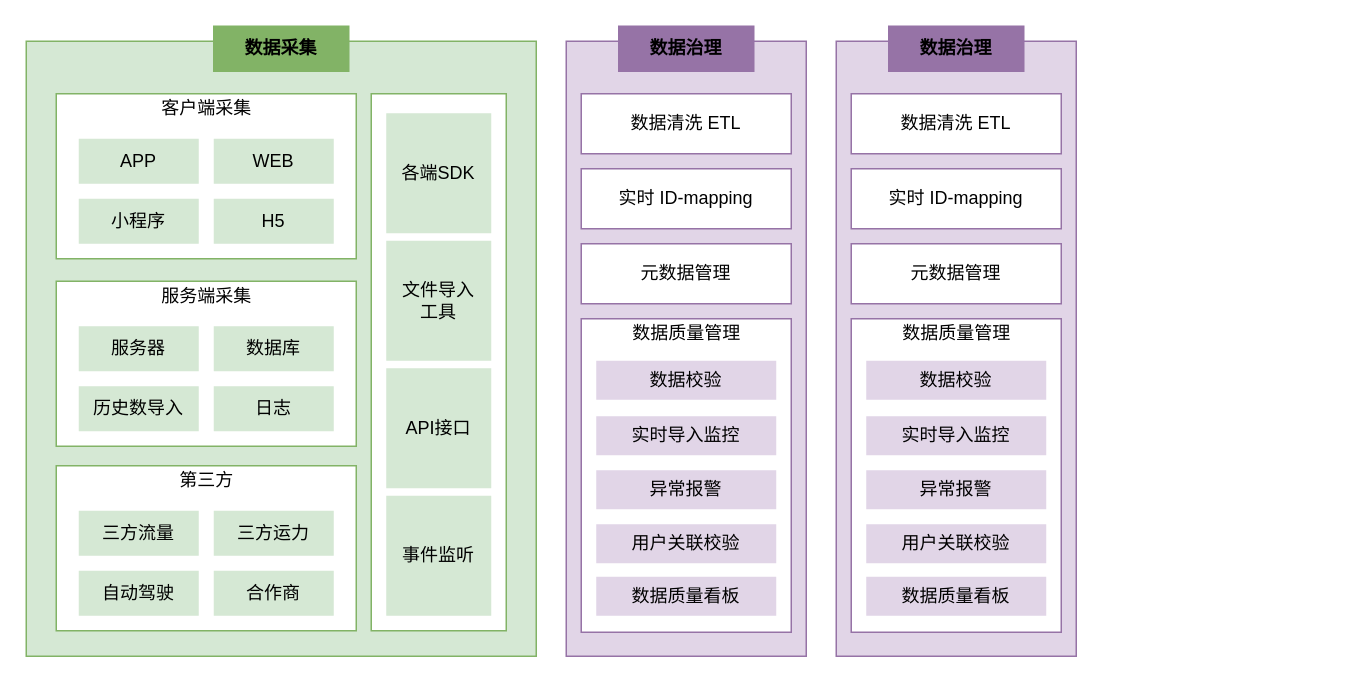
Before: 数仓整个规划设计.drawio in chenjinying1988/diagrams, a draw.io diagram. Source tidied: cells renumbered, new cells numbered last; positions are measured from the earlier drawing's top-left corner, leaving out a move shared by most shapes. Both pictures are drawn from the tidied source at 150%, with x=0, y=0 at pixel (26, 26).
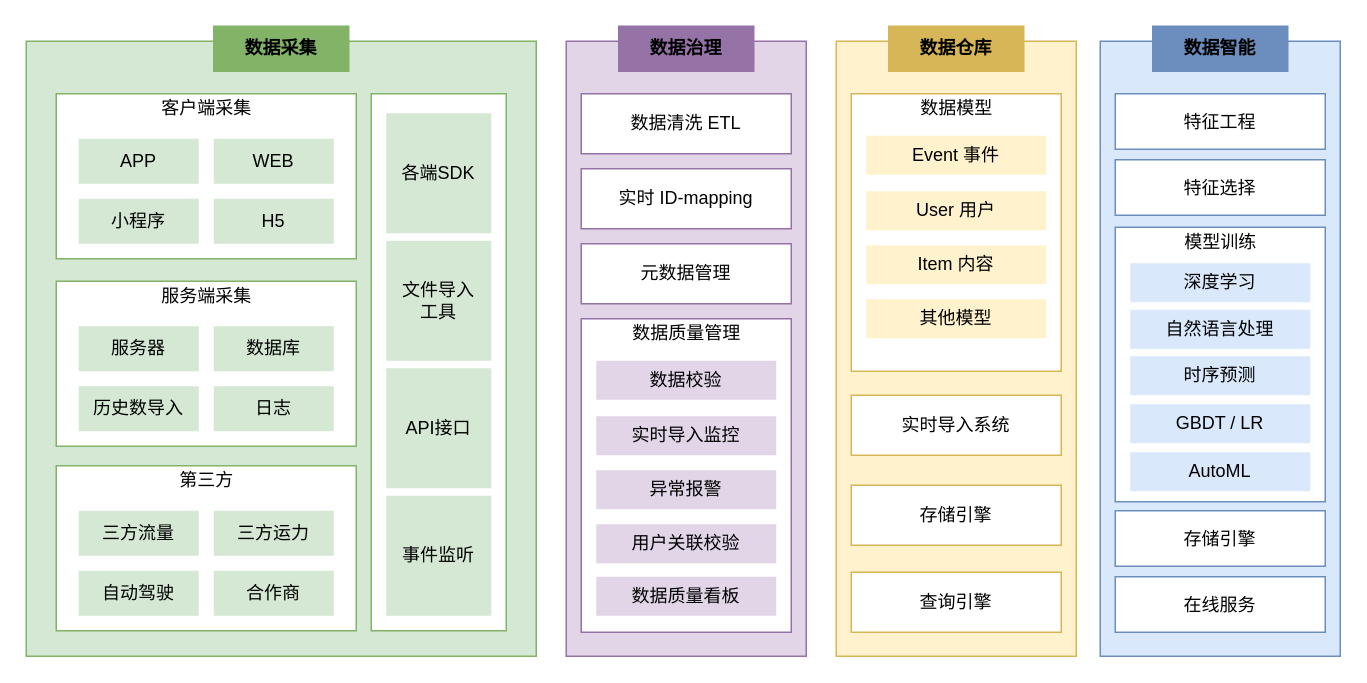
The same page after the edit.

Commit message (it also covers changes not shown here):
更新数仓整个规划设计.drawio

Change to the diagram source:
```diff
@@
-    <mxCell id="39" style="rounded=0;whiteSpace=wrap;html=1;labelBackgroundColor=none;fillColor=#e1d5e7;strokeColor=#9673a6;" parent="1" vertex="1">
+    <mxCell id="39" style="rounded=0;whiteSpace=wrap;html=1;labelBackgroundColor=none;fillColor=#fff2cc;strokeColor=#d6b656;" parent="1" vertex="1">
       <mxGeometry x="540" y="10" width="160" height="410" as="geometry" />
     </mxCell>
-    <mxCell id="40" value="数据清洗 ETL" style="rounded=0;whiteSpace=wrap;html=1;strokeColor=#9673A6;" parent="1" vertex="1">
-      <mxGeometry x="550" y="45" width="140" height="40" as="geometry" />
+    <mxCell id="40" value="实时导入系统" style="rounded=0;whiteSpace=wrap;html=1;strokeColor=#D6B656;" parent="1" vertex="1">
+      <mxGeometry x="550" y="246" width="140" height="40" as="geometry" />
     </mxCell>
-    <mxCell id="41" value="&lt;span style=&quot;font-weight: 700&quot;&gt;数据治理&lt;/span&gt;" style="rounded=0;whiteSpace=wrap;html=1;labelBackgroundColor=none;fillColor=#9673A6;strokeColor=#9673a6;" parent="1" vertex="1">
+    <mxCell id="41" value="&lt;span style=&quot;font-weight: 700&quot;&gt;数据仓库&lt;/span&gt;" style="rounded=0;whiteSpace=wrap;html=1;labelBackgroundColor=none;fillColor=#D6B656;strokeColor=#d6b656;" parent="1" vertex="1">
       <mxGeometry x="575" width="90" height="30" as="geometry" />
     </mxCell>
-    <mxCell id="42" value="实时 ID-mapping" style="rounded=0;whiteSpace=wrap;html=1;strokeColor=#9673A6;" parent="1" vertex="1">
-      <mxGeometry x="550" y="95" width="140" height="40" as="geometry" />
+    <mxCell id="42" value="存储引擎" style="rounded=0;whiteSpace=wrap;html=1;strokeColor=#D6B656;" parent="1" vertex="1">
+      <mxGeometry x="550" y="306" width="140" height="40" as="geometry" />
     </mxCell>
-    <mxCell id="43" value="元数据管理" style="rounded=0;whiteSpace=wrap;html=1;strokeColor=#9673A6;" parent="1" vertex="1">
-      <mxGeometry x="550" y="145" width="140" height="40" as="geometry" />
+    <mxCell id="43" value="查询引擎" style="rounded=0;whiteSpace=wrap;html=1;strokeColor=#D6B656;" parent="1" vertex="1">
+      <mxGeometry x="550" y="364" width="140" height="40" as="geometry" />
     </mxCell>
-    <mxCell id="44" style="rounded=0;whiteSpace=wrap;html=1;strokeColor=#9673A6;" parent="1" vertex="1">
-      <mxGeometry x="550" y="195" width="140" height="209" as="geometry" />
+    <mxCell id="44" style="rounded=0;whiteSpace=wrap;html=1;strokeColor=#D6B656;" parent="1" vertex="1">
+      <mxGeometry x="550" y="45" width="140" height="185" as="geometry" />
     </mxCell>
-    <mxCell id="45" value="&lt;span&gt;数据质量管理&lt;/span&gt;" style="text;html=1;align=center;verticalAlign=middle;strokeColor=none;fillColor=none;fontStyle=0;" parent="1" vertex="1">
-      <mxGeometry x="575" y="195" width="90" height="20" as="geometry" />
+    <mxCell id="45" value="&lt;span&gt;数据模型&lt;/span&gt;" style="text;html=1;align=center;verticalAlign=middle;fontStyle=0;" parent="1" vertex="1">
+      <mxGeometry x="590" y="45" width="60" height="20" as="geometry" />
     </mxCell>
-    <mxCell id="46" value="数据校验" style="rounded=0;whiteSpace=wrap;html=1;fillColor=#e1d5e7;strokeColor=none;" parent="1" vertex="1">
-      <mxGeometry x="560" y="223" width="120" height="26" as="geometry" />
+    <mxCell id="46" value="Event 事件" style="rounded=0;whiteSpace=wrap;html=1;fillColor=#fff2cc;strokeColor=none;" parent="1" vertex="1">
+      <mxGeometry x="560" y="73" width="120" height="26" as="geometry" />
     </mxCell>
-    <mxCell id="47" value="实时导入监控" style="rounded=0;whiteSpace=wrap;html=1;fillColor=#e1d5e7;strokeColor=none;" parent="1" vertex="1">
-      <mxGeometry x="560" y="260" width="120" height="26" as="geometry" />
+    <mxCell id="47" value="User 用户" style="rounded=0;whiteSpace=wrap;html=1;fillColor=#fff2cc;strokeColor=none;" parent="1" vertex="1">
+      <mxGeometry x="560" y="110" width="120" height="26" as="geometry" />
     </mxCell>
-    <mxCell id="48" value="异常报警" style="rounded=0;whiteSpace=wrap;html=1;fillColor=#e1d5e7;strokeColor=none;" parent="1" vertex="1">
-      <mxGeometry x="560" y="296" width="120" height="26" as="geometry" />
+    <mxCell id="48" value="Item 内容" style="rounded=0;whiteSpace=wrap;html=1;fillColor=#fff2cc;strokeColor=none;" parent="1" vertex="1">
+      <mxGeometry x="560" y="146" width="120" height="26" as="geometry" />
     </mxCell>
-    <mxCell id="49" value="用户关联校验" style="rounded=0;whiteSpace=wrap;html=1;fillColor=#e1d5e7;strokeColor=none;" parent="1" vertex="1">
-      <mxGeometry x="560" y="332" width="120" height="26" as="geometry" />
+    <mxCell id="49" value="其他模型" style="rounded=0;whiteSpace=wrap;html=1;fillColor=#fff2cc;strokeColor=none;" parent="1" vertex="1">
+      <mxGeometry x="560" y="182" width="120" height="26" as="geometry" />
     </mxCell>
-    <mxCell id="50" value="数据质量看板" style="rounded=0;whiteSpace=wrap;html=1;fillColor=#e1d5e7;strokeColor=none;" parent="1" vertex="1">
-      <mxGeometry x="560" y="367" width="120" height="26" as="geometry" />
-    </mxCell>
+    <mxCell id="51" style="rounded=0;whiteSpace=wrap;html=1;labelBackgroundColor=none;fillColor=#dae8fc;strokeColor=#6c8ebf;" parent="1" vertex="1">
+      <mxGeometry x="716" y="10" width="160" height="410" as="geometry" />
+    </mxCell>
+    <mxCell id="52" value="特征工程" style="rounded=0;whiteSpace=wrap;html=1;strokeColor=#6C8EBF;" parent="1" vertex="1">
+      <mxGeometry x="726" y="45" width="140" height="37" as="geometry" />
+    </mxCell>
+    <mxCell id="53" value="&lt;span style=&quot;font-weight: 700&quot;&gt;数据智能&lt;/span&gt;" style="rounded=0;whiteSpace=wrap;html=1;labelBackgroundColor=none;fillColor=#6C8EBF;strokeColor=#6c8ebf;" parent="1" vertex="1">
+      <mxGeometry x="751" width="90" height="30" as="geometry" />
+    </mxCell>
+    <mxCell id="54" value="存储引擎" style="rounded=0;whiteSpace=wrap;html=1;strokeColor=#6C8EBF;" parent="1" vertex="1">
+      <mxGeometry x="726" y="323" width="140" height="37" as="geometry" />
+    </mxCell>
+    <mxCell id="55" value="在线服务" style="rounded=0;whiteSpace=wrap;html=1;strokeColor=#6C8EBF;" parent="1" vertex="1">
+      <mxGeometry x="726" y="367" width="140" height="37" as="geometry" />
+    </mxCell>
+    <mxCell id="56" style="rounded=0;whiteSpace=wrap;html=1;strokeColor=#6C8EBF;" parent="1" vertex="1">
+      <mxGeometry x="726" y="134" width="140" height="183" as="geometry" />
+    </mxCell>
+    <mxCell id="57" value="&lt;span&gt;模型训练&lt;/span&gt;" style="text;html=1;align=center;verticalAlign=middle;fontStyle=0;" parent="1" vertex="1">
+      <mxGeometry x="766" y="134" width="60" height="20" as="geometry" />
+    </mxCell>
+    <mxCell id="58" value="深度学习" style="rounded=0;whiteSpace=wrap;html=1;fillColor=#dae8fc;strokeColor=none;" parent="1" vertex="1">
+      <mxGeometry x="736" y="158" width="120" height="26" as="geometry" />
+    </mxCell>
+    <mxCell id="59" value="自然语言处理" style="rounded=0;whiteSpace=wrap;html=1;fillColor=#dae8fc;strokeColor=none;" parent="1" vertex="1">
+      <mxGeometry x="736" y="189" width="120" height="26" as="geometry" />
+    </mxCell>
+    <mxCell id="60" value="时序预测" style="rounded=0;whiteSpace=wrap;html=1;fillColor=#dae8fc;strokeColor=none;" parent="1" vertex="1">
+      <mxGeometry x="736" y="220" width="120" height="26" as="geometry" />
+    </mxCell>
+    <mxCell id="61" value="GBDT / LR" style="rounded=0;whiteSpace=wrap;html=1;fillColor=#dae8fc;strokeColor=none;" parent="1" vertex="1">
+      <mxGeometry x="736" y="252" width="120" height="26" as="geometry" />
+    </mxCell>
+    <mxCell id="62" value="特征选择" style="rounded=0;whiteSpace=wrap;html=1;strokeColor=#6C8EBF;" parent="1" vertex="1">
+      <mxGeometry x="726" y="89" width="140" height="37" as="geometry" />
+    </mxCell>
+    <mxCell id="63" value="AutoML" style="rounded=0;whiteSpace=wrap;html=1;fillColor=#dae8fc;strokeColor=none;" parent="1" vertex="1">
+      <mxGeometry x="736" y="284" width="120" height="26" as="geometry" />
+    </mxCell>
```
